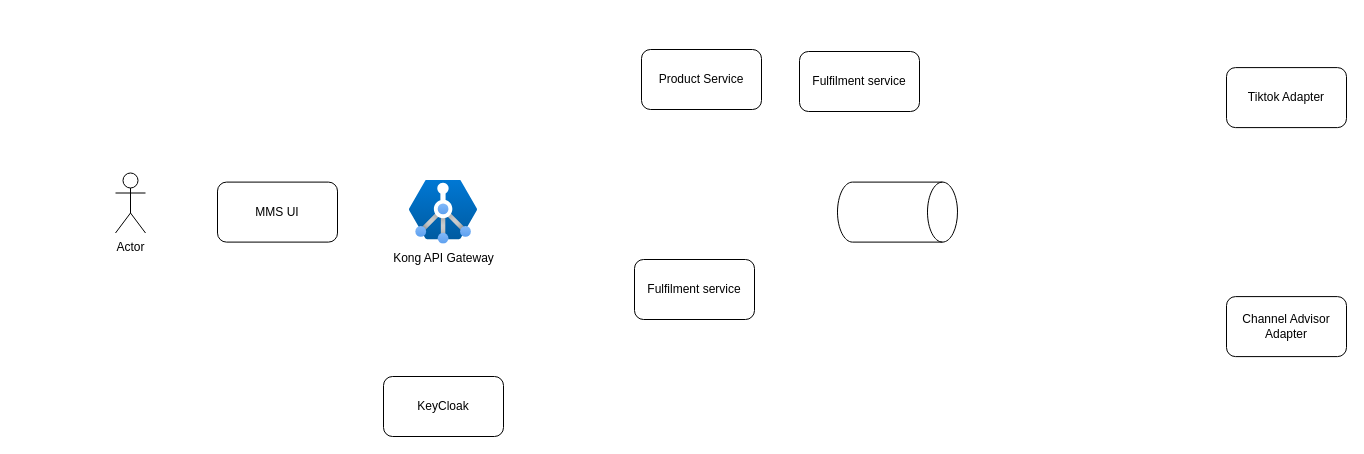
Before: page "Page-16" (16 of 16) of hibernate.drawio in minhtran-q/hibernate-knowledge, a draw.io diagram. Source tidied: cells renumbered, new cells numbered last; positions are measured from the earlier drawing's top-left corner, leaving out a move shared by most shapes. Both pictures are drawn from the tidied source at 100%, with x=0, y=0 at pixel (115, 49).
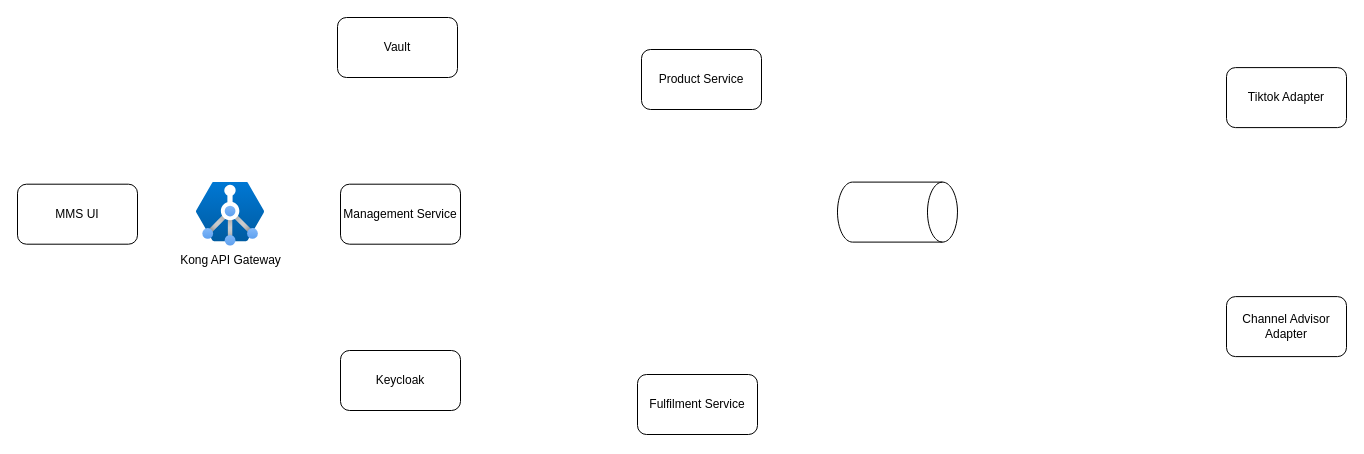
Above is the later version.

The edit, as a diff of the source:
```diff
@@
 <mxGraphModel>
   <root>
     <mxCell id="0" />
     <mxCell id="1" parent="0" />
     <mxCell id="2" value="Tiktok Adapter" style="rounded=1;whiteSpace=wrap;html=1;" parent="1" vertex="1">
       <mxGeometry x="1111" y="18.1" width="120" height="60" as="geometry" />
     </mxCell>
     <mxCell id="3" value="Channel Advisor Adapter" style="rounded=1;whiteSpace=wrap;html=1;" parent="1" vertex="1">
       <mxGeometry x="1111" y="247.1" width="120" height="60" as="geometry" />
     </mxCell>
     <mxCell id="4" style="shape=cylinder3;whiteSpace=wrap;html=1;boundedLbl=1;backgroundOutline=1;size=15;rotation=90;" parent="1" vertex="1">
       <mxGeometry x="752" y="102.6" width="60" height="120" as="geometry" />
     </mxCell>
-    <mxCell id="5" value="Actor" style="shape=umlActor;verticalLabelPosition=bottom;verticalAlign=top;html=1;" parent="1" vertex="1">
-      <mxGeometry y="123.5" width="30" height="60" as="geometry" />
-    </mxCell>
     <mxCell id="6" value="MMS UI" style="rounded=1;whiteSpace=wrap;html=1;" parent="1" vertex="1">
-      <mxGeometry x="102" y="132.6" width="120" height="60" as="geometry" />
+      <mxGeometry x="-98" y="134.7" width="120" height="60" as="geometry" />
     </mxCell>
     <mxCell id="7" value="Kong API Gateway" style="image;html=1;align=center;fontSize=12;image=img/lib/azure2/networking/Application_Gateway_Containers.svg;" parent="1" vertex="1">
-      <mxGeometry x="294" y="130.5" width="68" height="64.2" as="geometry" />
+      <mxGeometry x="81" y="132.6" width="68" height="64.2" as="geometry" />
     </mxCell>
     <mxCell id="8" value="Product Service" style="rounded=1;whiteSpace=wrap;html=1;" parent="1" vertex="1">
       <mxGeometry x="526" width="120" height="60" as="geometry" />
     </mxCell>
-    <mxCell id="9" value="&lt;span&gt;&lt;span dir=&quot;ltr&quot; class=&quot;ui-provider a b c d e f g h i j k l m n o p q r s t u v w x y z ab ac ae af ag ah ai aj ak&quot;&gt;Fulfilment service&lt;/span&gt;&lt;/span&gt;" style="rounded=1;whiteSpace=wrap;html=1;" parent="1" vertex="1">
-      <mxGeometry x="684" y="2" width="120" height="60" as="geometry" />
-    </mxCell>
-    <mxCell id="10" value="KeyCloak" style="rounded=1;whiteSpace=wrap;html=1;" parent="1" vertex="1">
-      <mxGeometry x="268" y="327" width="120" height="60" as="geometry" />
+    <mxCell id="10" value="Keycloak" style="rounded=1;whiteSpace=wrap;html=1;" parent="1" vertex="1">
+      <mxGeometry x="225" y="301" width="120" height="60" as="geometry" />
     </mxCell>
-    <mxCell id="11" value="&lt;span&gt;&lt;span dir=&quot;ltr&quot; class=&quot;ui-provider a b c d e f g h i j k l m n o p q r s t u v w x y z ab ac ae af ag ah ai aj ak&quot;&gt;Fulfilment service&lt;/span&gt;&lt;/span&gt;" style="rounded=1;whiteSpace=wrap;html=1;" parent="1" vertex="1">
-      <mxGeometry x="519" y="210" width="120" height="60" as="geometry" />
+    <mxCell id="11" value="&lt;span&gt;&lt;span dir=&quot;ltr&quot; class=&quot;ui-provider a b c d e f g h i j k l m n o p q r s t u v w x y z ab ac ae af ag ah ai aj ak&quot;&gt;Fulfilment Service&lt;/span&gt;&lt;/span&gt;" style="rounded=1;whiteSpace=wrap;html=1;" parent="1" vertex="1">
+      <mxGeometry x="522" y="325" width="120" height="60" as="geometry" />
     </mxCell>
+    <mxCell id="12" value="Vault" style="rounded=1;whiteSpace=wrap;html=1;" parent="1" vertex="1">
+      <mxGeometry x="222" y="-32" width="120" height="60" as="geometry" />
+    </mxCell>
+    <mxCell id="13" value="Management Service" style="rounded=1;whiteSpace=wrap;html=1;" parent="1" vertex="1">
+      <mxGeometry x="225" y="134.7" width="120" height="60" as="geometry" />
+    </mxCell>
   </root>
 </mxGraphModel>
```
